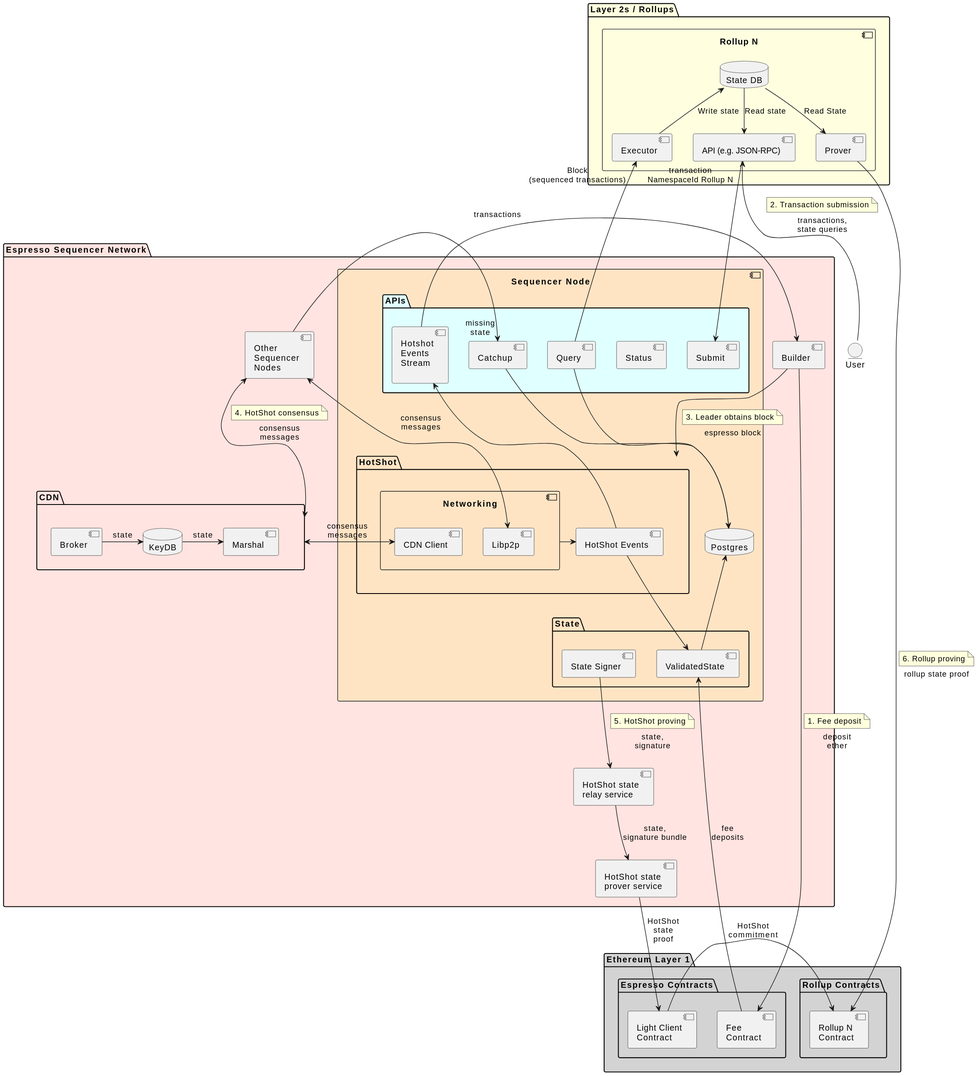
Above: doc/architecture.svg in EspressoSystems/espresso-sequencer (PlantUML), before the change.
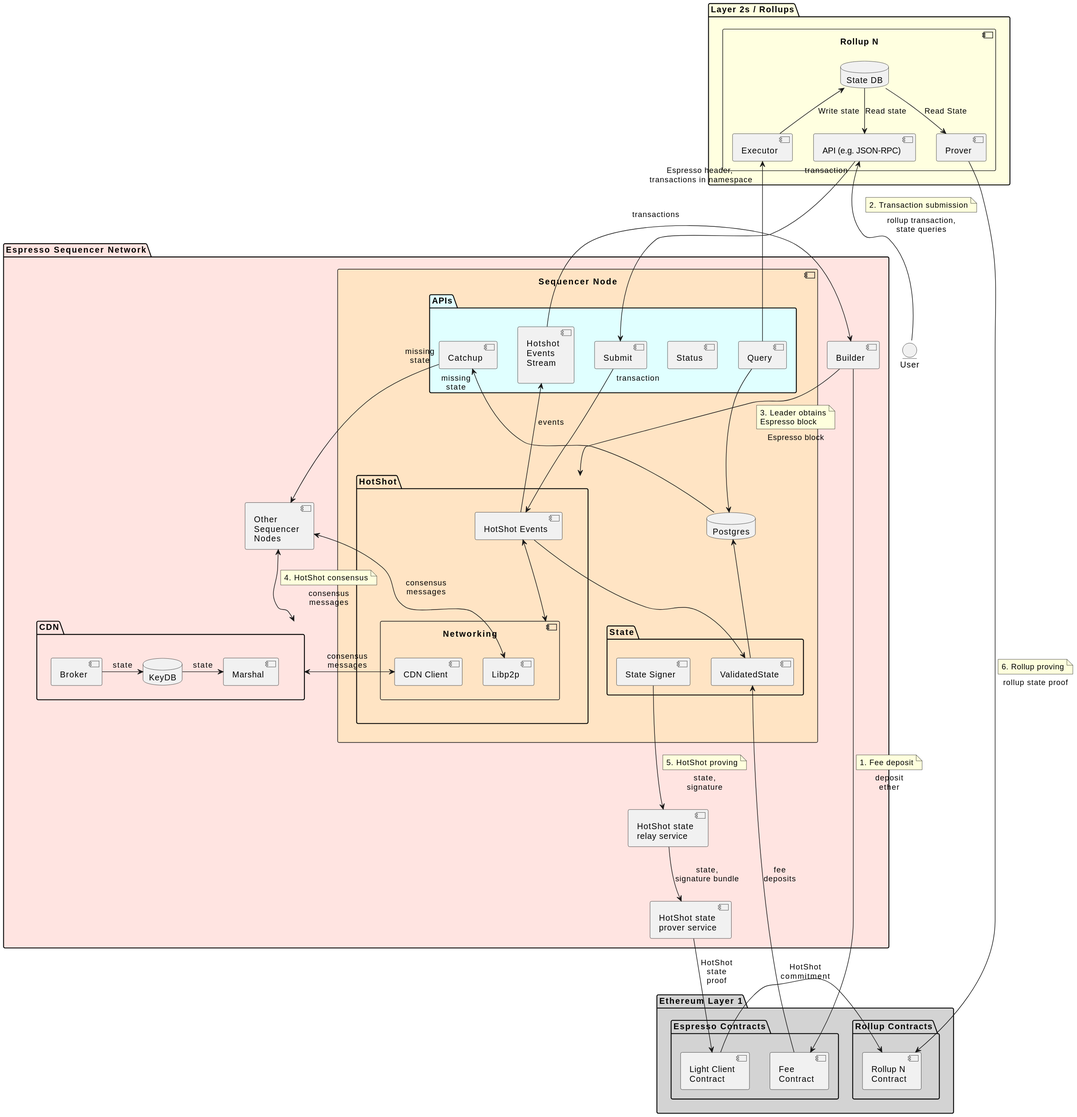
The same file after the commit.

Diff of the diagram source:
```diff
@@ -51,7 +51,7 @@
     component "Builder" as Builder
 }
 
-Nodes --> Catchup: " " "missing\nstate"
+Nodes <-- Catchup: " " "missing\nstate"
 Nodes <--> Libp2p: consensus\nmessages
 "CDN Client" <--> CDN: consensus\nmessages
 
@@ -61,19 +61,20 @@
 end note
 Relay --> HSProver: state,\nsignature bundle
 
-Builder --> HotShot: espresso block
+Builder --> HotShot: Espresso block
 note top of link
-    3. Leader obtains block
+    3. Leader obtains
+    Espresso block
 end note
 EventsStream -> Builder: transactions
 
-Networking -> Events
-Events -up-> EventsStream
+Networking <-up-> Events
+Events -up-> EventsStream: events
 Events -down-> Validated
 
 Query --> DB
 Validated -up-> DB
-Catchup --> DB
+DB --> Catchup: " " "missing\nstate"
 
 package "Layer 2s / Rollups" as L2s #LightYellow {
     component "Rollup N" as L2 {
@@ -94,12 +95,13 @@
 }
 
 entity User
-User -Up-> L2_RPC : transactions,\nstate queries
+User -Up-> L2_RPC : rollup transaction,\nstate queries
 note top of link
     2. Transaction submission
 end note
-L2_RPC --> Submit : "transaction\nNamespaceId Rollup N" " "
-Query -up-> L2_Exec : " " "Block\n(sequenced transactions)"
+L2_RPC --> Submit : "transaction" " "
+Submit -> Events: "transaction" " "
+Query -up-> L2_Exec : " " "Espresso header,\n transactions in namespace"
 
 HSProver -down-> LC_L1 : HotShot\nstate\nproof
 L2_Prover -> L2_L1 : rollup state proof
```
